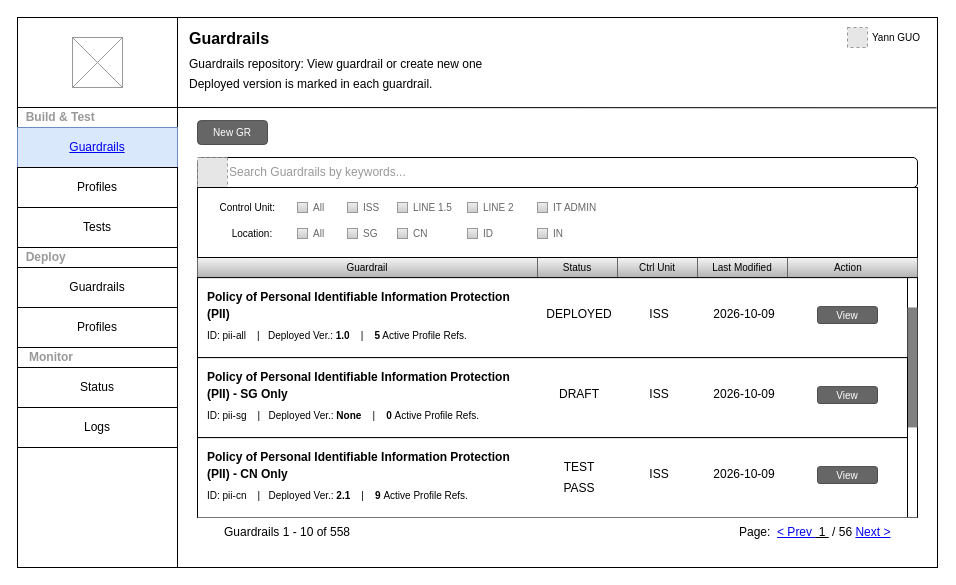
Above: page "ST-GR-Index" (2 of 13) of NMGR.drawio in thinker-g/fx-drive (draw.io), before the change. Source tidied: cells renumbered, new cells numbered last; positions are measured from the earlier drawing's top-left corner, leaving out a move shared by most shapes. Both pictures are drawn from the tidied source at 100%, with x=0, y=0 at pixel (17, 17). Pictures stored in the file or linked from it are replaced by grey dashed boxes.
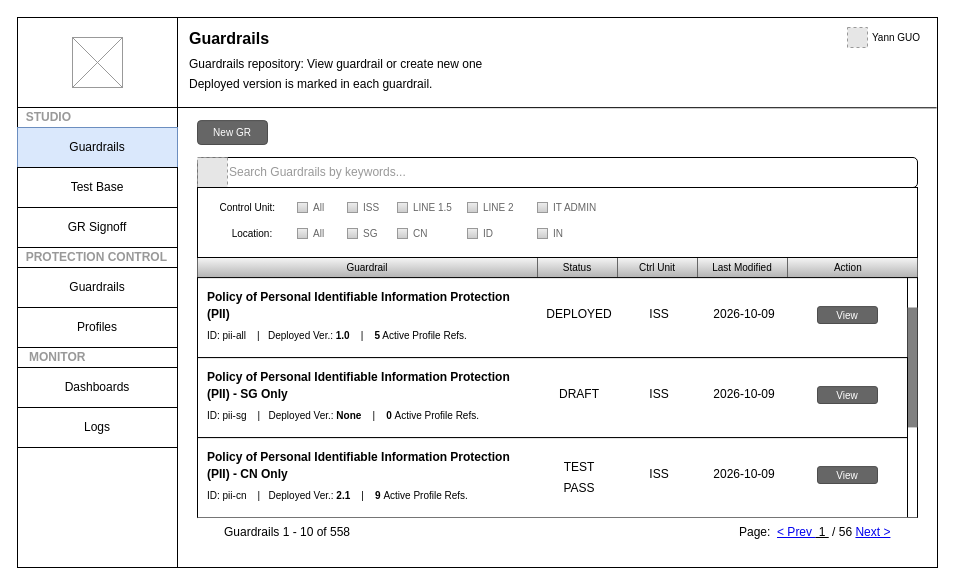
After the change.

What changed in the source:
```diff
@@
-    <mxCell id="62" value="&amp;nbsp; &amp;nbsp;Monitor" style="rounded=0;whiteSpace=wrap;html=1;align=left;fontColor=#999999;fontStyle=1;" parent="1" vertex="1">
-      <mxGeometry y="330" width="160" height="20" as="geometry" />
-    </mxCell>
-    <mxCell id="63" value="&amp;nbsp; Deploy" style="rounded=0;whiteSpace=wrap;html=1;align=left;fontColor=#999999;fontStyle=1;" parent="1" vertex="1">
-      <mxGeometry y="230" width="160" height="20" as="geometry" />
-    </mxCell>
-    <mxCell id="64" value="&amp;nbsp; Build &amp;amp; Test" style="rounded=0;whiteSpace=wrap;html=1;align=left;fontColor=#999999;fontStyle=1;" parent="1" vertex="1">
-      <mxGeometry y="90" width="160" height="20" as="geometry" />
-    </mxCell>
+    <mxCell id="72" value="&amp;nbsp; &amp;nbsp;MONITOR" style="rounded=0;whiteSpace=wrap;html=1;align=left;fontColor=#999999;fontStyle=1;" parent="1" vertex="1">
+      <mxGeometry y="330" width="160" height="20" as="geometry" />
+    </mxCell>
+    <mxCell id="73" value="&amp;nbsp; PROTECTION CONTROL" style="rounded=0;whiteSpace=wrap;html=1;align=left;fontColor=#999999;fontStyle=1;" parent="1" vertex="1">
+      <mxGeometry y="230" width="160" height="20" as="geometry" />
+    </mxCell>
+    <mxCell id="74" value="&amp;nbsp; STUDIO" style="rounded=0;whiteSpace=wrap;html=1;align=left;fontColor=#999999;fontStyle=1;" parent="1" vertex="1">
+      <mxGeometry y="90" width="160" height="20" as="geometry" />
+    </mxCell>
-    <mxCell id="65" value="&lt;a href=&quot;data:page/id,yebuwNgzDiYvD9_1hgRV&quot;&gt;Guardrails&lt;/a&gt;" style="rounded=0;whiteSpace=wrap;html=1;fillColor=#dae8fc;strokeColor=#6c8ebf;" parent="1" vertex="1">
+    <mxCell id="65" value="Guardrails" style="rounded=0;whiteSpace=wrap;html=1;fillColor=#dae8fc;strokeColor=#6c8ebf;" parent="1" vertex="1">
       <mxGeometry y="110" width="160" height="40" as="geometry" />
     </mxCell>
-    <mxCell id="66" value="Profiles" style="rounded=0;whiteSpace=wrap;html=1;" parent="1" vertex="1">
-      <mxGeometry y="150" width="160" height="40" as="geometry" />
-    </mxCell>
-    <mxCell id="67" value="Tests" style="rounded=0;whiteSpace=wrap;html=1;" parent="1" vertex="1">
-      <mxGeometry y="190" width="160" height="40" as="geometry" />
-    </mxCell>
+    <mxCell id="75" value="Test Base" style="rounded=0;whiteSpace=wrap;html=1;" parent="1" vertex="1">
+      <mxGeometry y="150" width="160" height="40" as="geometry" />
+    </mxCell>
@@
-    <mxCell id="70" value="Status" style="rounded=0;whiteSpace=wrap;html=1;" parent="1" vertex="1">
-      <mxGeometry y="350" width="160" height="40" as="geometry" />
-    </mxCell>
+    <mxCell id="76" value="Dashboards" style="rounded=0;whiteSpace=wrap;html=1;" parent="1" vertex="1">
+      <mxGeometry y="350" width="160" height="40" as="geometry" />
+    </mxCell>
@@
+    <mxCell id="77" value="GR Signoff" style="rounded=0;whiteSpace=wrap;html=1;" parent="1" vertex="1">
+      <mxGeometry y="190" width="160" height="40" as="geometry" />
+    </mxCell>
```
